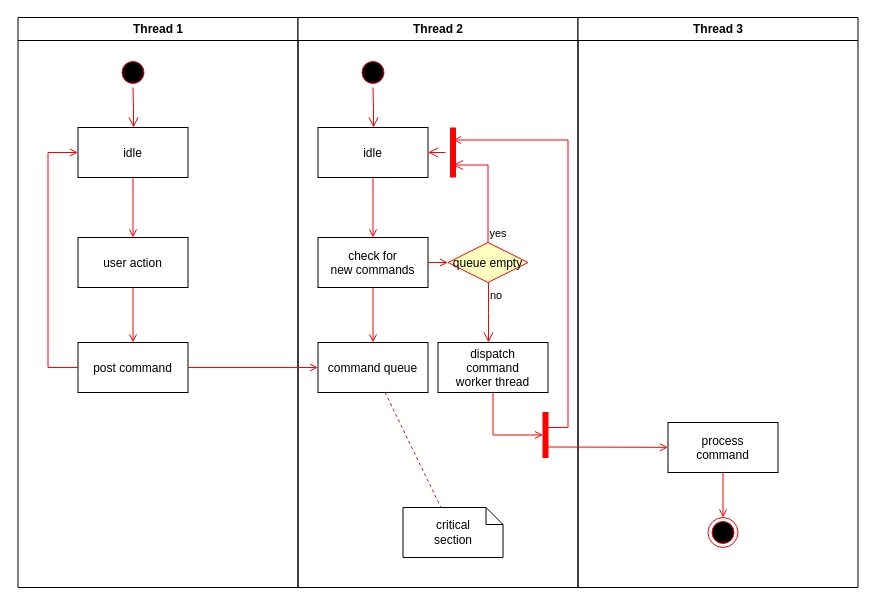
Arisa-Ndreu/test keeps this draw.io diagram as Time Tracking Diagram.drawio. Above is the earlier version. Source tidied: cells renumbered, new cells numbered last; positions are measured from the earlier drawing's top-left corner, leaving out a move shared by most shapes. Both pictures are drawn from the tidied source at 100%, with x=0, y=0 at pixel (17, 17).
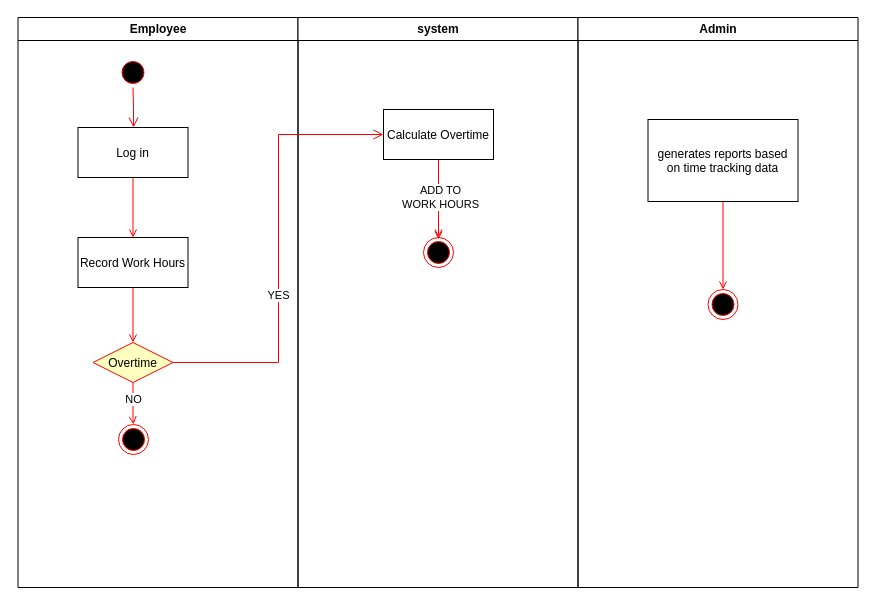
After the change.

What changed in the source:
```diff
@@
-    <mxCell id="2" value="Thread 1" style="swimlane;whiteSpace=wrap;" parent="1" vertex="1">
+    <mxCell id="2" value="Employee" style="swimlane;whiteSpace=wrap;" parent="1" vertex="1">
       <mxGeometry x="0.5" width="280" height="570" as="geometry" />
     </mxCell>
@@
-    <mxCell id="5" value="idle" parent="2" vertex="1">
+    <mxCell id="5" value="Log in" parent="2" vertex="1">
       <mxGeometry x="60" y="110" width="110" height="50" as="geometry" />
     </mxCell>
-    <mxCell id="6" value="user action" parent="2" vertex="1">
+    <mxCell id="6" value="Record Work Hours" parent="2" vertex="1">
       <mxGeometry x="60" y="220" width="110" height="50" as="geometry" />
     </mxCell>
@@
-    <mxCell id="8" value="post command" parent="2" vertex="1">
-      <mxGeometry x="60" y="325" width="110" height="50" as="geometry" />
-    </mxCell>
-    <mxCell id="9" style="endArrow=open;strokeColor=#FF0000;endFill=1;rounded=0;" parent="2" edge="1" source="6" target="8">
-      <mxGeometry relative="1" as="geometry" />
+    <mxCell id="9" style="endArrow=open;strokeColor=#FF0000;endFill=1;rounded=0;" parent="2" edge="1" source="6">
+      <mxGeometry relative="1" as="geometry">
+        <mxPoint x="115" y="325" as="targetPoint" />
+      </mxGeometry>
     </mxCell>
-    <mxCell id="10" style="edgeStyle=elbowEdgeStyle;elbow=horizontal;strokeColor=#FF0000;endArrow=open;endFill=1;rounded=0;" parent="2" edge="1" source="8" target="5">
-      <mxGeometry relative="1" as="geometry">
-        <Array as="points">
-          <mxPoint x="30" y="250" />
-        </Array>
-      </mxGeometry>
-    </mxCell>
+    <mxCell id="19" value="Overtime" style="rhombus;fillColor=#ffffc0;strokeColor=#ff0000;" parent="2" vertex="1">
+      <mxGeometry x="75" y="325" width="80" height="40" as="geometry" />
+    </mxCell>
-    <mxCell id="11" value="Thread 2" style="swimlane;whiteSpace=wrap;" parent="1" vertex="1">
+    <mxCell id="11" value="system" style="swimlane;whiteSpace=wrap;" parent="1" vertex="1">
       <mxGeometry x="280.5" width="280" height="570" as="geometry" />
     </mxCell>
-    <mxCell id="12" style="ellipse;shape=startState;fillColor=#000000;strokeColor=#ff0000;" parent="11" vertex="1">
-      <mxGeometry x="60" y="40" width="30" height="30" as="geometry" />
-    </mxCell>
-    <mxCell id="13" style="edgeStyle=elbowEdgeStyle;elbow=horizontal;verticalAlign=bottom;endArrow=open;endSize=8;strokeColor=#FF0000;endFill=1;rounded=0;" parent="11" edge="1" source="12" target="14">
-      <mxGeometry x="40" y="20" as="geometry" />
-    </mxCell>
-    <mxCell id="14" value="idle" parent="11" vertex="1">
-      <mxGeometry x="20" y="110" width="110" height="50" as="geometry" />
+    <mxCell id="14" value="Calculate Overtime" parent="11" vertex="1">
+      <mxGeometry x="85.5" y="92" width="110" height="50" as="geometry" />
     </mxCell>
-    <mxCell id="15" value="check for &#10;new commands" parent="11" vertex="1">
-      <mxGeometry x="20" y="220" width="110" height="50" as="geometry" />
-    </mxCell>
-    <mxCell id="16" style="endArrow=open;strokeColor=#FF0000;endFill=1;rounded=0;" parent="11" edge="1" source="14" target="15">
-      <mxGeometry relative="1" as="geometry" />
+    <mxCell id="16" style="endArrow=open;strokeColor=#FF0000;endFill=1;rounded=0;" parent="11" edge="1" source="37">
+      <mxGeometry relative="1" as="geometry">
+        <mxPoint x="140.5" y="222" as="targetPoint" />
+      </mxGeometry>
     </mxCell>
-    <mxCell id="17" value="command queue" parent="11" vertex="1">
-      <mxGeometry x="20" y="325" width="110" height="50" as="geometry" />
-    </mxCell>
-    <mxCell id="18" style="endArrow=open;strokeColor=#FF0000;endFill=1;rounded=0;" parent="11" edge="1" source="15" target="17">
-      <mxGeometry relative="1" as="geometry" />
-    </mxCell>
-    <mxCell id="19" value="queue empty" style="rhombus;fillColor=#ffffc0;strokeColor=#ff0000;" parent="11" vertex="1">
-      <mxGeometry x="150" y="225" width="80" height="40" as="geometry" />
-    </mxCell>
-    <mxCell id="20" value="yes" style="edgeStyle=elbowEdgeStyle;elbow=horizontal;align=left;verticalAlign=bottom;endArrow=open;endSize=8;strokeColor=#FF0000;exitX=0.5;exitY=0;endFill=1;rounded=0;entryX=0.75;entryY=0.5;entryPerimeter=0;" parent="11" edge="1" source="19" target="23">
-      <mxGeometry x="-1" relative="1" as="geometry">
-        <Array as="points">
-          <mxPoint x="190" y="180" />
-        </Array>
-      </mxGeometry>
-    </mxCell>
-    <mxCell id="21" value="no" style="edgeStyle=elbowEdgeStyle;elbow=horizontal;align=left;verticalAlign=top;endArrow=open;endSize=8;strokeColor=#FF0000;endFill=1;rounded=0;" parent="11" edge="1" source="19" target="25">
-      <mxGeometry x="-1" relative="1" as="geometry" />
-    </mxCell>
-    <mxCell id="22" style="endArrow=open;strokeColor=#FF0000;endFill=1;rounded=0;" parent="11" edge="1" source="15" target="19">
-      <mxGeometry relative="1" as="geometry" />
-    </mxCell>
-    <mxCell id="23" style="shape=line;strokeWidth=6;strokeColor=#ff0000;rotation=90;" parent="11" vertex="1">
-      <mxGeometry x="130" y="127.5" width="50" height="15" as="geometry" />
-    </mxCell>
-    <mxCell id="24" style="edgeStyle=elbowEdgeStyle;elbow=horizontal;verticalAlign=bottom;endArrow=open;endSize=8;strokeColor=#FF0000;endFill=1;rounded=0;" parent="11" edge="1" source="23" target="14">
-      <mxGeometry x="130" y="90" as="geometry" />
-    </mxCell>
-    <mxCell id="25" value="dispatch&#10;command&#10;worker thread" parent="11" vertex="1">
-      <mxGeometry x="140" y="325" width="110" height="50" as="geometry" />
-    </mxCell>
-    <mxCell id="26" value="critical&#10;section" style="shape=note;whiteSpace=wrap;size=17;" parent="11" vertex="1">
-      <mxGeometry x="105" y="490" width="100" height="50" as="geometry" />
-    </mxCell>
-    <mxCell id="27" style="endArrow=none;strokeColor=#FF0000;endFill=0;rounded=0;dashed=1;" parent="11" edge="1" source="17" target="26">
-      <mxGeometry relative="1" as="geometry" />
-    </mxCell>
-    <mxCell id="28" style="whiteSpace=wrap;strokeColor=#FF0000;fillColor=#FF0000;" parent="11" vertex="1">
-      <mxGeometry x="245" y="395" width="5" height="45" as="geometry" />
-    </mxCell>
-    <mxCell id="29" style="edgeStyle=elbowEdgeStyle;elbow=horizontal;entryX=0;entryY=0.5;strokeColor=#FF0000;endArrow=open;endFill=1;rounded=0;" parent="11" edge="1" source="25" target="28">
-      <mxGeometry relative="1" as="geometry">
-        <Array as="points">
-          <mxPoint x="195" y="400" />
-        </Array>
-      </mxGeometry>
-    </mxCell>
+    <mxCell id="37" style="ellipse;html=1;shape=endState;fillColor=#000000;strokeColor=#ff0000;" parent="11" vertex="1">
+      <mxGeometry x="125.5" y="220" width="30" height="30" as="geometry" />
+    </mxCell>
+    <mxCell id="38" style="endArrow=open;strokeColor=#FF0000;endFill=1;rounded=0;" parent="11" edge="1" source="14" target="37">
+      <mxGeometry relative="1" as="geometry" />
+    </mxCell>
+    <mxCell id="39" value="ADD TO&lt;br&gt;WORK HOURS" style="edgeLabel;html=1;align=center;verticalAlign=middle;" parent="38" vertex="1">
+      <mxGeometry x="-0.06" y="1" relative="1" as="geometry" />
+    </mxCell>
-    <mxCell id="30" value="Thread 3" style="swimlane;whiteSpace=wrap;" parent="1" vertex="1">
+    <mxCell id="30" value="Admin" style="swimlane;whiteSpace=wrap;" parent="1" vertex="1">
       <mxGeometry x="560.5" width="280" height="570" as="geometry" />
     </mxCell>
-    <mxCell id="31" value="process&#10;command" parent="30" vertex="1">
-      <mxGeometry x="90" y="405" width="110" height="50" as="geometry" />
+    <mxCell id="31" value="generates reports based &#10;on time tracking data" parent="30" vertex="1">
+      <mxGeometry x="70" y="102" width="150" height="82" as="geometry" />
     </mxCell>
-    <mxCell id="32" style="edgeStyle=elbowEdgeStyle;elbow=horizontal;strokeColor=#FF0000;endArrow=open;endFill=1;rounded=0;entryX=0.25;entryY=0.5;entryPerimeter=0;" parent="30" edge="1" target="23">
-      <mxGeometry relative="1" as="geometry">
-        <mxPoint x="-30" y="410" as="sourcePoint" />
-        <Array as="points">
-          <mxPoint x="-10" y="135" />
-        </Array>
-      </mxGeometry>
-    </mxCell>
-    <mxCell id="33" style="edgeStyle=none;strokeColor=#FF0000;endArrow=open;endFill=1;rounded=0;" parent="30" edge="1" target="31">
-      <mxGeometry relative="1" as="geometry">
-        <mxPoint x="-30" y="429.5" as="sourcePoint" />
-      </mxGeometry>
-    </mxCell>
     <mxCell id="34" style="ellipse;shape=endState;fillColor=#000000;strokeColor=#ff0000;" parent="30" vertex="1">
-      <mxGeometry x="130" y="500" width="30" height="30" as="geometry" />
+      <mxGeometry x="130" y="272" width="30" height="30" as="geometry" />
     </mxCell>
@@
-    <mxCell id="36" style="endArrow=open;strokeColor=#FF0000;endFill=1;rounded=0;" parent="1" edge="1" source="8" target="17">
-      <mxGeometry relative="1" as="geometry" />
-    </mxCell>
+    <mxCell id="21" style="edgeStyle=elbowEdgeStyle;elbow=horizontal;align=left;verticalAlign=top;endArrow=open;endSize=8;strokeColor=#FF0000;endFill=1;rounded=0;" parent="1" edge="1" source="19" target="14">
+      <mxGeometry x="-1" relative="1" as="geometry" />
+    </mxCell>
+    <mxCell id="40" value="YES" style="edgeLabel;html=1;align=center;verticalAlign=middle;" parent="21" vertex="1">
+      <mxGeometry x="-0.21" y="1" relative="1" as="geometry" />
+    </mxCell>
+    <mxCell id="41" style="ellipse;html=1;shape=endState;fillColor=#000000;strokeColor=#ff0000;" parent="1" vertex="1">
+      <mxGeometry x="101" y="407" width="30" height="30" as="geometry" />
+    </mxCell>
+    <mxCell id="10" style="edgeStyle=elbowEdgeStyle;elbow=horizontal;strokeColor=#FF0000;endArrow=open;endFill=1;rounded=0;" parent="1" edge="1" source="19" target="41">
+      <mxGeometry relative="1" as="geometry">
+        <Array as="points">
+          <mxPoint x="115.5" y="402" />
+        </Array>
+      </mxGeometry>
+    </mxCell>
+    <mxCell id="42" value="NO" style="edgeLabel;html=1;align=center;verticalAlign=middle;" parent="10" vertex="1">
+      <mxGeometry x="-0.25" relative="1" as="geometry" />
+    </mxCell>
```
